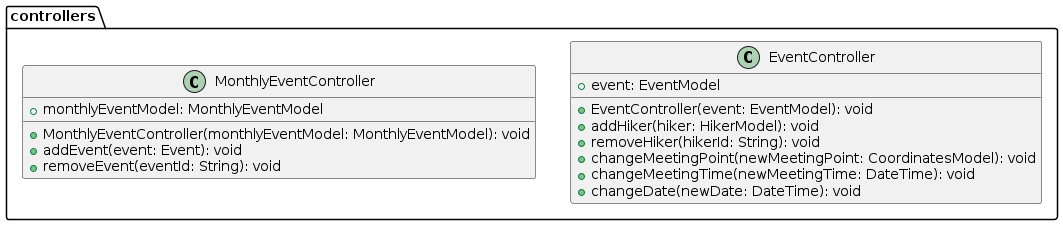
Before: docs/diagrams/out/class_diagrams/pe_na_pedra_class_diagram_3.png, a diagram exported from PlantUML (tiagors09/pe_na_pedra).
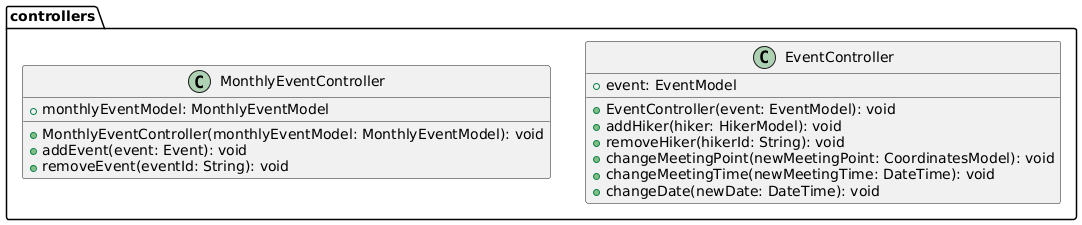
Later version of the same file.

The edit, as a diff of the source:
```diff
@@ -1,4 +1,4 @@
-@startuml pe_na_pedra_class_diagram_3
+@startuml
 package controllers {
   class EventController {
     + event: EventModel
```
